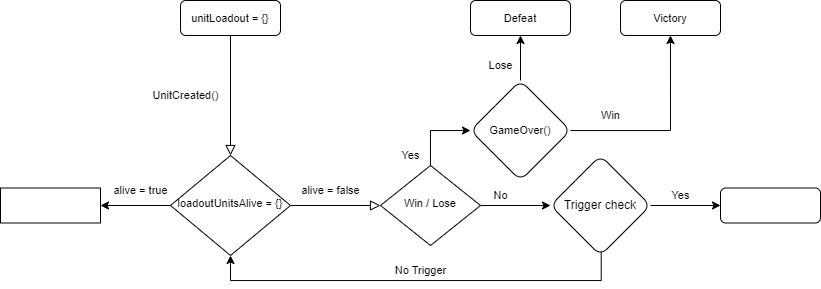
Ezahiel/Diagrams keeps this draw.io diagram as API Architecture.drawio.png. Above is the earlier version. Source tidied: cells renumbered, new cells last; positions are measured from the earlier drawing's top-left corner, leaving out a move shared by most shapes.
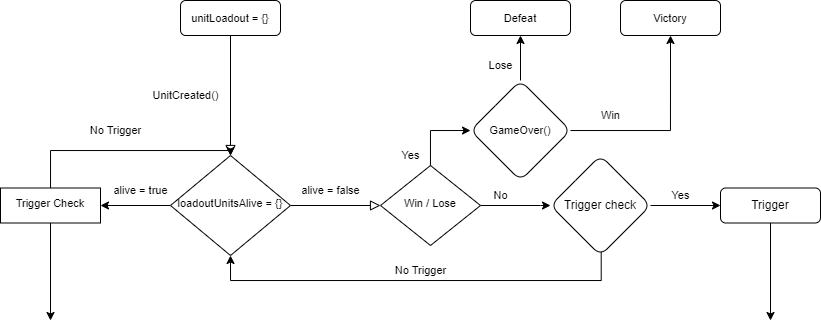
After the change.

Change to the diagram source:
```diff
@@ -89,7 +89,20 @@
     <mxCell id="23" value="No" style="text;html=1;align=center;verticalAlign=middle;strokeColor=none;fillColor=none;fontSize=11;" parent="1" vertex="1">
       <mxGeometry x="480" y="180" width="40" height="30" as="geometry" />
     </mxCell>
+    <mxCell id="29" style="edgeStyle=orthogonalEdgeStyle;rounded=0;jettySize=auto;html=1;fontSize=11;" parent="1" edge="1" source="24" target="6">
+      <mxGeometry relative="1" as="geometry">
+        <Array as="points">
+          <mxPoint x="50" y="150" />
+          <mxPoint x="230" y="150" />
+        </Array>
+      </mxGeometry>
+    </mxCell>
+    <mxCell id="30" style="edgeStyle=orthogonalEdgeStyle;rounded=0;jettySize=auto;html=1;fontSize=11;" parent="1" edge="1" source="24">
+      <mxGeometry relative="1" as="geometry">
+        <mxPoint x="50" y="320" as="targetPoint" />
+      </mxGeometry>
+    </mxCell>
-    <mxCell id="24" style="whiteSpace=wrap;html=1;shadow=0;strokeWidth=1;spacing=6;spacingTop=-4;fontSize=11;rotation=0;" parent="1" vertex="1">
+    <mxCell id="24" value="Trigger Check" style="whiteSpace=wrap;html=1;shadow=0;strokeWidth=1;spacing=6;spacingTop=-4;fontSize=11;rotation=0;" parent="1" vertex="1">
       <mxGeometry y="187.5" width="100" height="35" as="geometry" />
     </mxCell>
     <mxCell id="25" value="alive = false" style="text;html=1;align=center;verticalAlign=middle;strokeColor=none;fillColor=none;fontSize=11;" parent="1" vertex="1">
@@ -98,11 +111,19 @@
     <mxCell id="26" value="No Trigger" style="text;html=1;align=center;verticalAlign=middle;strokeColor=none;fillColor=none;fontSize=11;" parent="1" vertex="1">
       <mxGeometry x="385" y="255" width="70" height="30" as="geometry" />
     </mxCell>
+    <mxCell id="31" style="edgeStyle=orthogonalEdgeStyle;rounded=0;jettySize=auto;html=1;fontSize=11;" parent="1" edge="1" source="27">
+      <mxGeometry relative="1" as="geometry">
+        <mxPoint x="770" y="320" as="targetPoint" />
+      </mxGeometry>
+    </mxCell>
-    <mxCell id="27" style="whiteSpace=wrap;html=1;rounded=1;glass=0;strokeWidth=1;shadow=0;rotation=0;" parent="1" vertex="1">
+    <mxCell id="27" value="Trigger" style="whiteSpace=wrap;html=1;rounded=1;glass=0;strokeWidth=1;shadow=0;rotation=0;" parent="1" vertex="1">
       <mxGeometry x="720" y="187.5" width="100" height="35" as="geometry" />
     </mxCell>
     <mxCell id="28" value="Yes" style="text;html=1;align=center;verticalAlign=middle;strokeColor=none;fillColor=none;fontSize=11;" parent="1" vertex="1">
       <mxGeometry x="660" y="180" width="40" height="30" as="geometry" />
     </mxCell>
+    <mxCell id="32" value="No Trigger" style="text;html=1;align=center;verticalAlign=middle;strokeColor=none;fillColor=none;fontSize=11;" parent="1" vertex="1">
+      <mxGeometry x="80" y="115" width="70" height="30" as="geometry" />
+    </mxCell>
   </root>
 </mxGraphModel>
```
